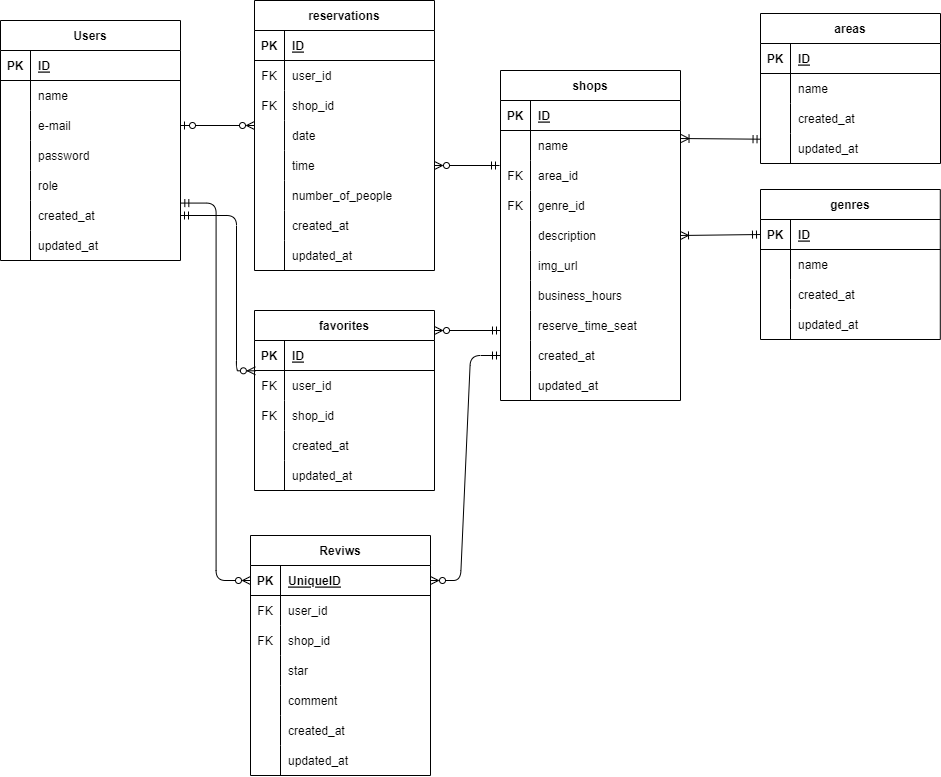
This is ER.drawio.png from yuriF5/advance, a draw.io export, as it was before one commit. Source tidied: cells renumbered, new cells last; positions are measured from the earlier drawing's top-left corner, leaving out a move shared by most shapes.
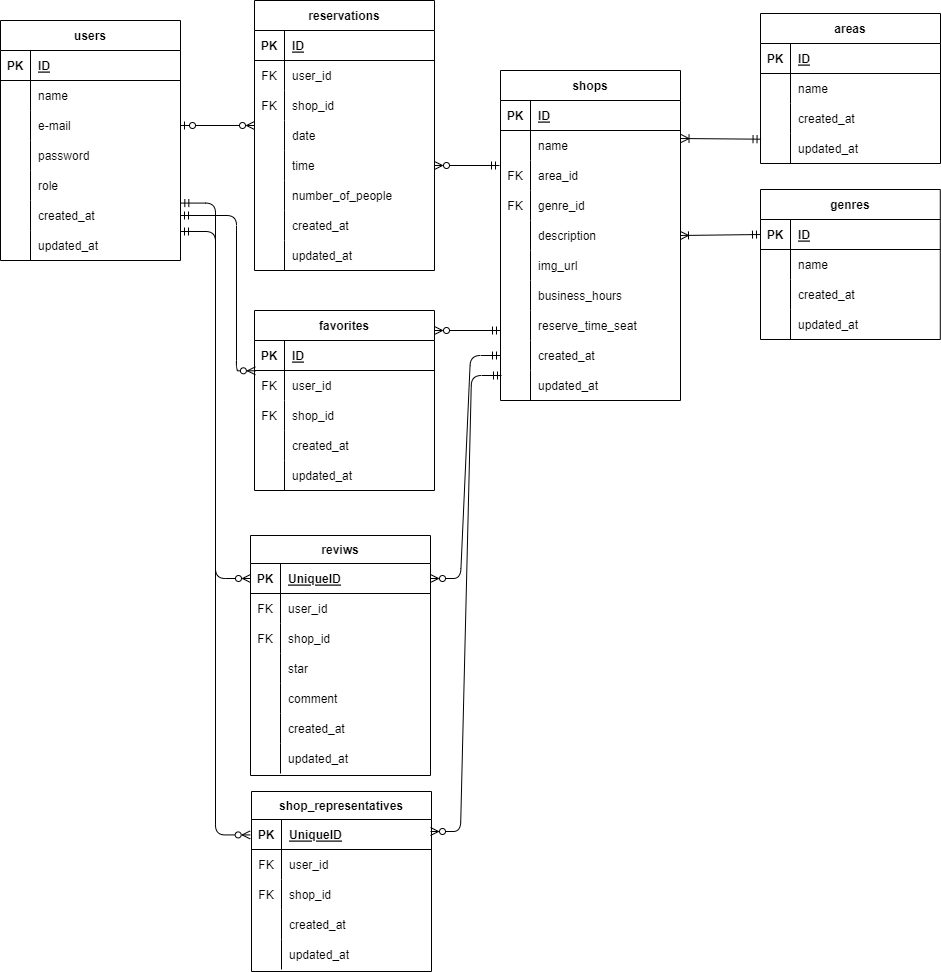
After the change.

Commit message:
画像差し替え

Change to the diagram source:
```diff
@@ -2,7 +2,7 @@
   <root>
     <mxCell id="0" />
     <mxCell id="1" parent="0" />
-    <mxCell id="2" value="Users" style="shape=table;startSize=30;rowLines=0;fontStyle=1;align=center;" parent="1" vertex="1">
+    <mxCell id="2" value="users" style="shape=table;startSize=30;rowLines=0;fontStyle=1;align=center;" parent="1" vertex="1">
       <mxGeometry y="20" width="180" height="240" as="geometry" />
     </mxCell>
     <mxCell id="3" style="shape=tableRow;horizontal=0;startSize=0;swimlaneHead=0;swimlaneBody=0;fillColor=none;top=0;left=0;right=0;bottom=1;" parent="2" vertex="1">
@@ -391,11 +391,11 @@
         <mxPoint x="500" y="330" as="targetPoint" />
       </mxGeometry>
     </mxCell>
-    <mxCell id="128" value="Reviws" style="shape=table;startSize=30;rowLines=0;fontStyle=1;align=center;" parent="1" vertex="1">
+    <mxCell id="128" value="reviws" style="shape=table;startSize=28;rowLines=0;fontStyle=1;align=center;" parent="1" vertex="1">
       <mxGeometry x="250" y="535" width="180" height="240" as="geometry" />
     </mxCell>
     <mxCell id="129" style="shape=tableRow;horizontal=0;startSize=0;swimlaneHead=0;swimlaneBody=0;fillColor=none;points=[[0,0.5],[1,0.5]];portConstraint=eastwest;top=0;left=0;right=0;bottom=1;" parent="128" vertex="1">
-      <mxGeometry y="30" width="180" height="30" as="geometry" />
+      <mxGeometry y="28" width="180" height="30" as="geometry" />
     </mxCell>
     <mxCell id="130" value="PK" style="shape=partialRectangle;fillColor=none;top=0;left=0;bottom=0;right=0;fontStyle=1;overflow=hidden;" parent="129" vertex="1">
       <mxGeometry width="30" height="30" as="geometry" />
@@ -404,7 +404,7 @@
       <mxGeometry x="30" width="150" height="30" as="geometry" />
     </mxCell>
     <mxCell id="132" style="shape=tableRow;horizontal=0;startSize=0;swimlaneHead=0;swimlaneBody=0;fillColor=none;top=0;left=0;right=0;bottom=0;" parent="128" vertex="1">
-      <mxGeometry y="60" width="180" height="30" as="geometry" />
+      <mxGeometry y="58" width="180" height="30" as="geometry" />
     </mxCell>
     <mxCell id="133" value="FK" style="shape=partialRectangle;fillColor=none;top=0;left=0;bottom=0;right=0;overflow=hidden;" parent="132" vertex="1">
       <mxGeometry width="30" height="30" as="geometry" />
@@ -413,7 +413,7 @@
       <mxGeometry x="30" width="150" height="30" as="geometry" />
     </mxCell>
     <mxCell id="135" style="shape=tableRow;horizontal=0;startSize=0;swimlaneHead=0;swimlaneBody=0;fillColor=none;top=0;left=0;right=0;bottom=0;" parent="128" vertex="1">
-      <mxGeometry y="90" width="180" height="30" as="geometry" />
+      <mxGeometry y="88" width="180" height="30" as="geometry" />
     </mxCell>
     <mxCell id="136" value="FK" style="shape=partialRectangle;fillColor=none;top=0;left=0;bottom=0;right=0;overflow=hidden;" parent="135" vertex="1">
       <mxGeometry width="30" height="30" as="geometry" />
@@ -422,7 +422,7 @@
       <mxGeometry x="30" width="150" height="30" as="geometry" />
     </mxCell>
     <mxCell id="138" style="shape=tableRow;horizontal=0;startSize=0;swimlaneHead=0;swimlaneBody=0;fillColor=none;top=0;left=0;right=0;bottom=0;" parent="128" vertex="1">
-      <mxGeometry y="120" width="180" height="30" as="geometry" />
+      <mxGeometry y="118" width="180" height="30" as="geometry" />
     </mxCell>
     <mxCell id="139" style="shape=partialRectangle;fillColor=none;top=0;left=0;bottom=0;right=0;overflow=hidden;" parent="138" vertex="1">
       <mxGeometry width="30" height="30" as="geometry" />
@@ -431,7 +431,7 @@
       <mxGeometry x="30" width="150" height="30" as="geometry" />
     </mxCell>
     <mxCell id="141" style="shape=tableRow;horizontal=0;startSize=0;swimlaneHead=0;swimlaneBody=0;fillColor=none;top=0;left=0;right=0;bottom=0;" parent="128" vertex="1">
-      <mxGeometry y="150" width="180" height="30" as="geometry" />
+      <mxGeometry y="148" width="180" height="30" as="geometry" />
     </mxCell>
     <mxCell id="142" style="shape=partialRectangle;fillColor=none;top=0;left=0;bottom=0;right=0;overflow=hidden;" parent="141" vertex="1">
       <mxGeometry width="30" height="30" as="geometry" />
@@ -440,7 +440,7 @@
       <mxGeometry x="30" width="150" height="30" as="geometry" />
     </mxCell>
     <mxCell id="144" style="shape=tableRow;horizontal=0;startSize=0;swimlaneHead=0;swimlaneBody=0;fillColor=none;top=0;left=0;right=0;bottom=0;" parent="128" vertex="1">
-      <mxGeometry y="180" width="180" height="30" as="geometry" />
+      <mxGeometry y="178" width="180" height="30" as="geometry" />
     </mxCell>
     <mxCell id="145" style="shape=partialRectangle;fillColor=none;top=0;left=0;bottom=0;right=0;overflow=hidden;" parent="144" vertex="1">
       <mxGeometry width="30" height="30" as="geometry" />
@@ -449,7 +449,7 @@
       <mxGeometry x="30" width="150" height="30" as="geometry" />
     </mxCell>
     <mxCell id="147" style="shape=tableRow;horizontal=0;startSize=0;swimlaneHead=0;swimlaneBody=0;fillColor=none;top=0;left=0;right=0;bottom=0;" parent="128" vertex="1">
-      <mxGeometry y="210" width="180" height="30" as="geometry" />
+      <mxGeometry y="208" width="180" height="30" as="geometry" />
     </mxCell>
     <mxCell id="148" style="shape=partialRectangle;fillColor=none;top=0;left=0;bottom=0;right=0;overflow=hidden;" parent="147" vertex="1">
       <mxGeometry width="30" height="30" as="geometry" />
@@ -465,5 +465,65 @@
     <mxCell id="151" style="edgeStyle=entityRelationEdgeStyle;fontSize=12;html=1;endArrow=ERmandOne;endFill=0;startArrow=ERzeroToMany;startFill=0;exitX=1;exitY=0.5;exitDx=0;exitDy=0;entryX=0;entryY=0.5;entryDx=0;entryDy=0;" parent="1" edge="1" source="129" target="90">
       <mxGeometry relative="1" as="geometry" />
     </mxCell>
+    <mxCell id="152" value="shop_representatives" style="shape=table;startSize=28;rowLines=0;fontStyle=1;align=center;" parent="1" vertex="1">
+      <mxGeometry x="251" y="791" width="180" height="180" as="geometry" />
+    </mxCell>
+    <mxCell id="153" style="shape=tableRow;horizontal=0;startSize=0;swimlaneHead=0;swimlaneBody=0;fillColor=none;top=0;left=0;right=0;bottom=1;" parent="152" vertex="1">
+      <mxGeometry y="28" width="180" height="30" as="geometry" />
+    </mxCell>
+    <mxCell id="154" value="PK" style="shape=partialRectangle;fillColor=none;top=0;left=0;bottom=0;right=0;fontStyle=1;overflow=hidden;" parent="153" vertex="1">
+      <mxGeometry width="30" height="30" as="geometry" />
+    </mxCell>
+    <mxCell id="155" value="UniqueID" style="shape=partialRectangle;fillColor=none;top=0;left=0;bottom=0;right=0;align=left;spacingLeft=6;fontStyle=5;overflow=hidden;" parent="153" vertex="1">
+      <mxGeometry x="30" width="150" height="30" as="geometry" />
+    </mxCell>
+    <mxCell id="156" style="shape=tableRow;horizontal=0;startSize=0;swimlaneHead=0;swimlaneBody=0;fillColor=none;top=0;left=0;right=0;bottom=0;" parent="152" vertex="1">
+      <mxGeometry y="58" width="180" height="30" as="geometry" />
+    </mxCell>
+    <mxCell id="157" value="FK" style="shape=partialRectangle;fillColor=none;top=0;left=0;bottom=0;right=0;overflow=hidden;" parent="156" vertex="1">
+      <mxGeometry width="30" height="30" as="geometry" />
+    </mxCell>
+    <mxCell id="158" value="user_id" style="shape=partialRectangle;fillColor=none;top=0;left=0;bottom=0;right=0;align=left;spacingLeft=6;overflow=hidden;" parent="156" vertex="1">
+      <mxGeometry x="30" width="150" height="30" as="geometry" />
+    </mxCell>
+    <mxCell id="159" style="shape=tableRow;horizontal=0;startSize=0;swimlaneHead=0;swimlaneBody=0;fillColor=none;top=0;left=0;right=0;bottom=0;" parent="152" vertex="1">
+      <mxGeometry y="88" width="180" height="30" as="geometry" />
+    </mxCell>
+    <mxCell id="160" value="FK" style="shape=partialRectangle;fillColor=none;top=0;left=0;bottom=0;right=0;overflow=hidden;" parent="159" vertex="1">
+      <mxGeometry width="30" height="30" as="geometry" />
+    </mxCell>
+    <mxCell id="161" value="shop_id" style="shape=partialRectangle;fillColor=none;top=0;left=0;bottom=0;right=0;align=left;spacingLeft=6;overflow=hidden;" parent="159" vertex="1">
+      <mxGeometry x="30" width="150" height="30" as="geometry" />
+    </mxCell>
+    <mxCell id="162" style="shape=tableRow;horizontal=0;startSize=0;swimlaneHead=0;swimlaneBody=0;fillColor=none;top=0;left=0;right=0;bottom=0;" parent="152" vertex="1">
+      <mxGeometry y="118" width="180" height="30" as="geometry" />
+    </mxCell>
+    <mxCell id="163" style="shape=partialRectangle;fillColor=none;top=0;left=0;bottom=0;right=0;overflow=hidden;" parent="162" vertex="1">
+      <mxGeometry width="30" height="30" as="geometry" />
+    </mxCell>
+    <mxCell id="164" value="created_at" style="shape=partialRectangle;fillColor=none;top=0;left=0;bottom=0;right=0;align=left;spacingLeft=6;overflow=hidden;" parent="162" vertex="1">
+      <mxGeometry x="30" width="150" height="30" as="geometry" />
+    </mxCell>
+    <mxCell id="165" style="shape=tableRow;horizontal=0;startSize=0;swimlaneHead=0;swimlaneBody=0;fillColor=none;top=0;left=0;right=0;bottom=0;" parent="152" vertex="1">
+      <mxGeometry y="148" width="180" height="30" as="geometry" />
+    </mxCell>
+    <mxCell id="166" style="shape=partialRectangle;fillColor=none;top=0;left=0;bottom=0;right=0;overflow=hidden;" parent="165" vertex="1">
+      <mxGeometry width="30" height="30" as="geometry" />
+    </mxCell>
+    <mxCell id="167" value="updated_at" style="shape=partialRectangle;fillColor=none;top=0;left=0;bottom=0;right=0;align=left;spacingLeft=6;overflow=hidden;" parent="165" vertex="1">
+      <mxGeometry x="30" width="150" height="30" as="geometry" />
+    </mxCell>
+    <mxCell id="168" style="fontSize=12;html=1;endArrow=ERzeroToMany;startArrow=ERmandOne;startFill=0;edgeStyle=elbowEdgeStyle;endFill=0;entryX=0;entryY=0.5;entryDx=0;entryDy=0;" parent="1" edge="1">
+      <mxGeometry relative="1" as="geometry">
+        <mxPoint x="180" y="231" as="sourcePoint" />
+        <mxPoint x="249.7" y="834.4" as="targetPoint" />
+      </mxGeometry>
+    </mxCell>
+    <mxCell id="169" style="edgeStyle=entityRelationEdgeStyle;fontSize=12;html=1;endArrow=ERmandOne;endFill=0;startArrow=ERzeroToMany;startFill=0;exitX=1;exitY=0.5;exitDx=0;exitDy=0;" parent="1" edge="1">
+      <mxGeometry relative="1" as="geometry">
+        <mxPoint x="430" y="831" as="sourcePoint" />
+        <mxPoint x="501" y="375" as="targetPoint" />
+      </mxGeometry>
+    </mxCell>
   </root>
 </mxGraphModel>
```
